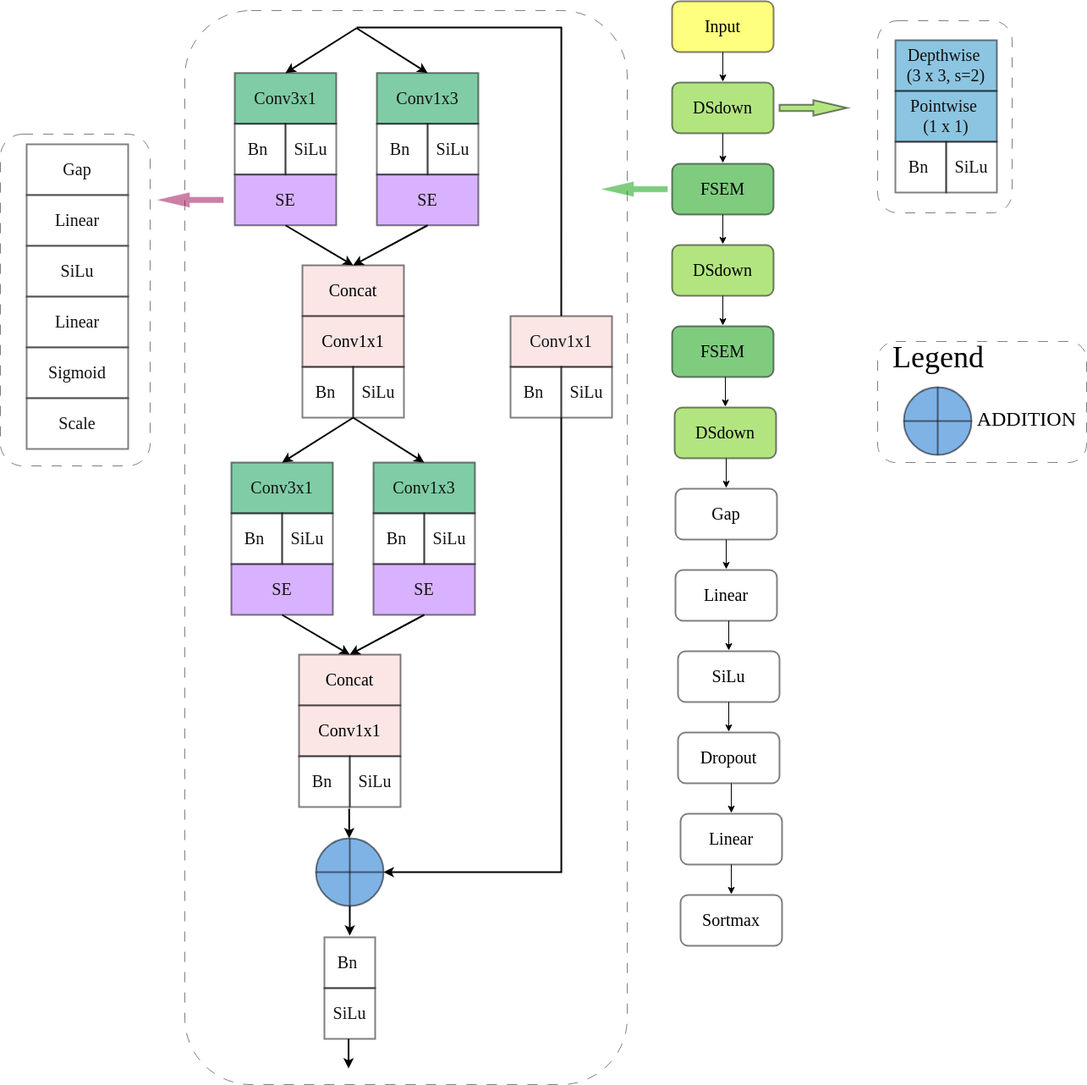
ngh67/LFSE-Net keeps this draw.io diagram as LFSE-Net_architecture.png. Above is the earlier version. Source tidied: cells renumbered, new cells last; positions are measured from the earlier drawing's top-left corner, leaving out a move shared by most shapes.
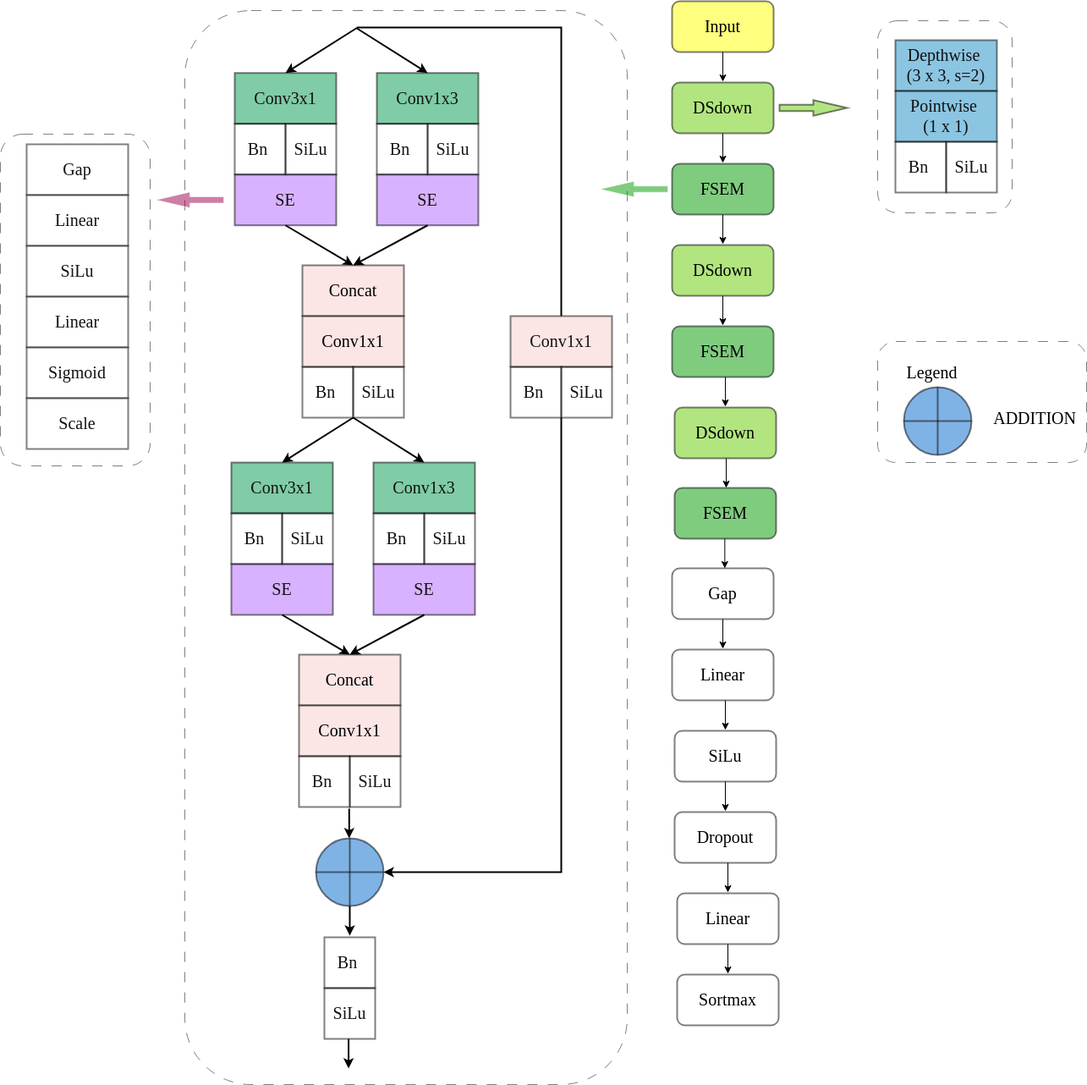
Later version of the same file.

Change to the diagram source:
```diff
@@ -222,52 +222,52 @@
       </mxGeometry>
     </mxCell>
     <mxCell id="62" value="&lt;font style=&quot;font-size: 20px;&quot;&gt;Gap&lt;/font&gt;" style="rounded=1;whiteSpace=wrap;html=1;fillColor=light-dark(#FFFFFF,#FFFFFF);opacity=50;fontColor=light-dark(#000000,#000000);fontFamily=Times New Roman;strokeColor=light-dark(#000000,#000000);strokeWidth=2;" parent="1" vertex="1">
-      <mxGeometry x="798" y="576" width="120" height="60" as="geometry" />
+      <mxGeometry x="794" y="670" width="120" height="60" as="geometry" />
     </mxCell>
     <mxCell id="63" style="endArrow=classic;html=1;rounded=0;fontColor=light-dark(#000000,#000000);strokeColor=light-dark(#000000,#000000);exitX=0.5;exitY=1;exitDx=0;exitDy=0;" parent="1" edge="1">
       <mxGeometry relative="1" as="geometry">
-        <mxPoint x="858" y="636" as="sourcePoint" />
-        <mxPoint x="858" y="671" as="targetPoint" />
+        <mxPoint x="854" y="730" as="sourcePoint" />
+        <mxPoint x="854" y="765" as="targetPoint" />
       </mxGeometry>
     </mxCell>
     <mxCell id="64" value="&lt;font style=&quot;font-size: 20px;&quot;&gt;Linear&lt;/font&gt;" style="rounded=1;whiteSpace=wrap;html=1;fillColor=light-dark(#FFFFFF,#FFFFFF);opacity=50;fontColor=light-dark(#000000,#000000);fontFamily=Times New Roman;strokeColor=light-dark(#000000,#000000);strokeWidth=2;" parent="1" vertex="1">
-      <mxGeometry x="798" y="672" width="120" height="60" as="geometry" />
+      <mxGeometry x="794" y="766" width="120" height="60" as="geometry" />
     </mxCell>
     <mxCell id="65" style="endArrow=classic;html=1;rounded=0;fontColor=light-dark(#000000,#000000);strokeColor=light-dark(#000000,#000000);exitX=0.5;exitY=1;exitDx=0;exitDy=0;" parent="1" edge="1">
       <mxGeometry relative="1" as="geometry">
-        <mxPoint x="861" y="732" as="sourcePoint" />
-        <mxPoint x="861" y="767" as="targetPoint" />
+        <mxPoint x="857" y="826" as="sourcePoint" />
+        <mxPoint x="857" y="861" as="targetPoint" />
       </mxGeometry>
     </mxCell>
     <mxCell id="66" value="&lt;font style=&quot;font-size: 20px;&quot;&gt;SiLu&lt;/font&gt;" style="rounded=1;whiteSpace=wrap;html=1;fillColor=light-dark(#FFFFFF,#FFFFFF);opacity=50;fontColor=light-dark(#000000,#000000);fontFamily=Times New Roman;strokeColor=light-dark(#000000,#000000);strokeWidth=2;" parent="1" vertex="1">
-      <mxGeometry x="801" y="768" width="120" height="60" as="geometry" />
+      <mxGeometry x="797" y="862" width="120" height="60" as="geometry" />
     </mxCell>
     <mxCell id="67" style="endArrow=classic;html=1;rounded=0;fontColor=light-dark(#000000,#000000);strokeColor=light-dark(#000000,#000000);exitX=0.5;exitY=1;exitDx=0;exitDy=0;" parent="1" edge="1">
       <mxGeometry relative="1" as="geometry">
-        <mxPoint x="861" y="828" as="sourcePoint" />
-        <mxPoint x="861" y="863" as="targetPoint" />
+        <mxPoint x="857" y="922" as="sourcePoint" />
+        <mxPoint x="857" y="957" as="targetPoint" />
       </mxGeometry>
     </mxCell>
     <mxCell id="68" value="&lt;font style=&quot;font-size: 20px;&quot;&gt;Dropout&lt;/font&gt;" style="rounded=1;whiteSpace=wrap;html=1;fillColor=light-dark(#FFFFFF,#FFFFFF);opacity=50;fontColor=light-dark(#000000,#000000);fontFamily=Times New Roman;strokeColor=light-dark(#000000,#000000);strokeWidth=2;" parent="1" vertex="1">
-      <mxGeometry x="801" y="864" width="120" height="60" as="geometry" />
+      <mxGeometry x="797" y="958" width="120" height="60" as="geometry" />
     </mxCell>
     <mxCell id="69" style="endArrow=classic;html=1;rounded=0;fontColor=light-dark(#000000,#000000);strokeColor=light-dark(#000000,#000000);exitX=0.5;exitY=1;exitDx=0;exitDy=0;" parent="1" edge="1">
       <mxGeometry relative="1" as="geometry">
-        <mxPoint x="864" y="924" as="sourcePoint" />
-        <mxPoint x="864" y="959" as="targetPoint" />
+        <mxPoint x="860" y="1018" as="sourcePoint" />
+        <mxPoint x="860" y="1053" as="targetPoint" />
       </mxGeometry>
     </mxCell>
     <mxCell id="70" value="&lt;font style=&quot;font-size: 20px;&quot;&gt;Linear&lt;/font&gt;" style="rounded=1;whiteSpace=wrap;html=1;fillColor=light-dark(#FFFFFF,#FFFFFF);opacity=50;fontColor=light-dark(#000000,#000000);fontFamily=Times New Roman;strokeColor=light-dark(#000000,#000000);strokeWidth=2;" parent="1" vertex="1">
-      <mxGeometry x="804" y="960" width="120" height="60" as="geometry" />
+      <mxGeometry x="800" y="1054" width="120" height="60" as="geometry" />
     </mxCell>
     <mxCell id="71" style="endArrow=classic;html=1;rounded=0;fontColor=light-dark(#000000,#000000);strokeColor=light-dark(#000000,#000000);exitX=0.5;exitY=1;exitDx=0;exitDy=0;" parent="1" edge="1">
       <mxGeometry relative="1" as="geometry">
-        <mxPoint x="864" y="1020" as="sourcePoint" />
-        <mxPoint x="864" y="1055" as="targetPoint" />
+        <mxPoint x="860" y="1114" as="sourcePoint" />
+        <mxPoint x="860" y="1149" as="targetPoint" />
       </mxGeometry>
     </mxCell>
     <mxCell id="72" value="&lt;font style=&quot;font-size: 20px;&quot;&gt;Sortmax&lt;/font&gt;" style="rounded=1;whiteSpace=wrap;html=1;fillColor=light-dark(#FFFFFF,#FFFFFF);opacity=50;fontColor=light-dark(#000000,#000000);fontFamily=Times New Roman;strokeColor=light-dark(#000000,#000000);strokeWidth=2;" parent="1" vertex="1">
-      <mxGeometry x="804" y="1056" width="120" height="60" as="geometry" />
+      <mxGeometry x="800" y="1150" width="120" height="60" as="geometry" />
     </mxCell>
     <mxCell id="73" value="&lt;font face=&quot;Times New Roman&quot; style=&quot;font-size: 20px;&quot;&gt;Conv1x1&lt;/font&gt;" style="rounded=0;whiteSpace=wrap;html=1;fillColor=light-dark(#1BA1E2,#F8CECC);fontColor=#ffffff;strokeColor=light-dark(#000000,#000000);opacity=50;strokeWidth=2;" parent="1" vertex="1">
       <mxGeometry x="603" y="372" width="120" height="60" as="geometry" />
@@ -318,14 +318,23 @@
         <mxPoint x="411.6" y="1261" as="targetPoint" />
       </mxGeometry>
     </mxCell>
-    <mxCell id="86" value="&lt;div align=&quot;justify&quot;&gt;&lt;div&gt;&lt;ul&gt;&lt;li&gt;&lt;font style=&quot;color: light-dark(rgb(0, 0, 0), rgb(0, 0, 0)); font-size: 24px;&quot; face=&quot;Times New Roman&quot;&gt;ADDITION&lt;/font&gt;&lt;/li&gt;&lt;/ul&gt;&lt;/div&gt;&lt;/div&gt;" style="rounded=1;whiteSpace=wrap;html=1;strokeColor=none;fillColor=light-dark(#FFFFFF,#FFFFFF);dashed=1;dashPattern=12 12;opacity=50;align=right;" parent="1" vertex="1">
+    <mxCell id="86" value="&lt;div align=&quot;justify&quot;&gt;&lt;div&gt;&lt;ul&gt;&lt;li&gt;&lt;font style=&quot;color: light-dark(rgb(0, 0, 0), rgb(0, 0, 0)); font-size: 20px;&quot; face=&quot;Times New Roman&quot;&gt;ADDITION&lt;/font&gt;&lt;/li&gt;&lt;/ul&gt;&lt;/div&gt;&lt;/div&gt;" style="rounded=1;whiteSpace=wrap;html=1;strokeColor=none;fillColor=light-dark(#FFFFFF,#FFFFFF);dashed=1;dashPattern=12 12;opacity=50;align=right;" parent="1" vertex="1">
       <mxGeometry x="1045" y="445" width="229" height="96" as="geometry" />
     </mxCell>
     <mxCell id="87" style="shape=orEllipse;perimeter=ellipsePerimeter;whiteSpace=wrap;html=1;backgroundOutline=1;fillColor=light-dark(#FFFFFF,#0066CC);strokeColor=light-dark(#000000,#000000);strokeWidth=2;opacity=50;" parent="1" vertex="1">
       <mxGeometry x="1068" y="456" width="80" height="80" as="geometry" />
     </mxCell>
-    <mxCell id="88" value="&lt;font face=&quot;Times New Roman&quot; style=&quot;font-size: 36px;&quot;&gt;&lt;span style=&quot;color: light-dark(rgb(0, 0, 0), rgb(0, 0, 0));&quot;&gt;&lt;font&gt;&lt;span style=&quot;color: light-dark(rgb(0, 0, 0), rgb(0, 0, 0));&quot;&gt;L&lt;/span&gt;egend&lt;/font&gt;&lt;/span&gt;&lt;/font&gt;" style="rounded=1;whiteSpace=wrap;html=1;strokeColor=none;fillColor=light-dark(#FFFFFF,#FFFFFF);opacity=0;" parent="1" vertex="1">
-      <mxGeometry x="1045" y="391" width="128" height="59" as="geometry" />
+    <mxCell id="88" value="&lt;font style=&quot;font-size: 20px;&quot; face=&quot;Times New Roman&quot;&gt;&lt;span style=&quot;color: light-dark(rgb(0, 0, 0), rgb(0, 0, 0));&quot;&gt;&lt;font&gt;&lt;span style=&quot;color: light-dark(rgb(0, 0, 0), rgb(0, 0, 0));&quot;&gt;L&lt;/span&gt;egend&lt;/font&gt;&lt;/span&gt;&lt;/font&gt;" style="rounded=1;whiteSpace=wrap;html=1;strokeColor=none;fillColor=light-dark(#FFFFFF,#FFFFFF);opacity=0;" parent="1" vertex="1">
+      <mxGeometry x="1045" y="404.5" width="113" height="69" as="geometry" />
     </mxCell>
+    <mxCell id="89" value="&lt;font style=&quot;font-size: 20px;&quot;&gt;FSEM&lt;/font&gt;" style="rounded=1;whiteSpace=wrap;html=1;fillColor=light-dark(#FFFFFF,#009900);opacity=50;fontColor=light-dark(#000000,#000000);fontFamily=Times New Roman;strokeColor=light-dark(#000000,#000000);strokeWidth=2;" parent="1" vertex="1">
+      <mxGeometry x="797" y="575" width="120" height="60" as="geometry" />
+    </mxCell>
+    <mxCell id="90" style="endArrow=classic;html=1;rounded=0;fontColor=light-dark(#000000,#000000);strokeColor=light-dark(#000000,#000000);exitX=0.5;exitY=1;exitDx=0;exitDy=0;" parent="1" edge="1">
+      <mxGeometry relative="1" as="geometry">
+        <mxPoint x="856.3" y="635" as="sourcePoint" />
+        <mxPoint x="856.3" y="670" as="targetPoint" />
+      </mxGeometry>
+    </mxCell>
   </root>
 </mxGraphModel>
```
